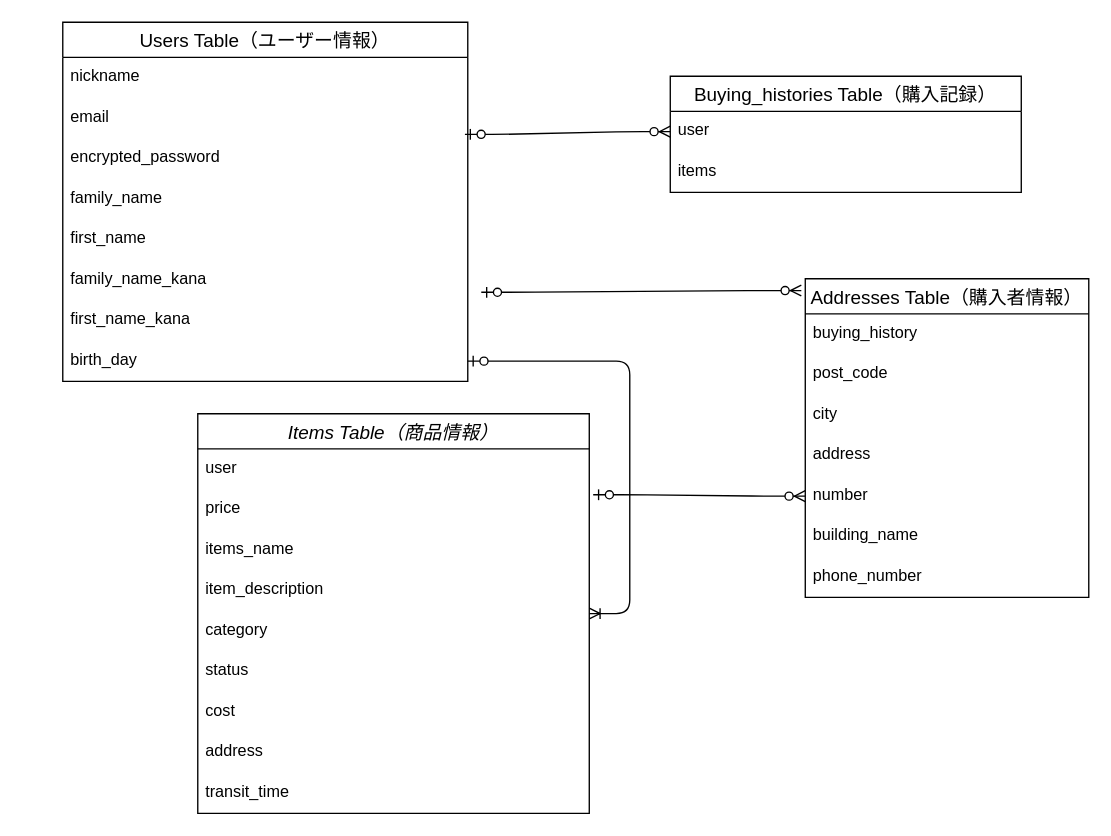
ran-hrsw/furima-40243 keeps this draw.io diagram as db.dio. Above is the earlier version. Source tidied: cells renumbered, new cells numbered last; positions are measured from the earlier drawing's top-left corner, leaving out a move shared by most shapes. Both pictures are drawn from the tidied source at 135%, with x=0, y=0 at pixel (62, 22).
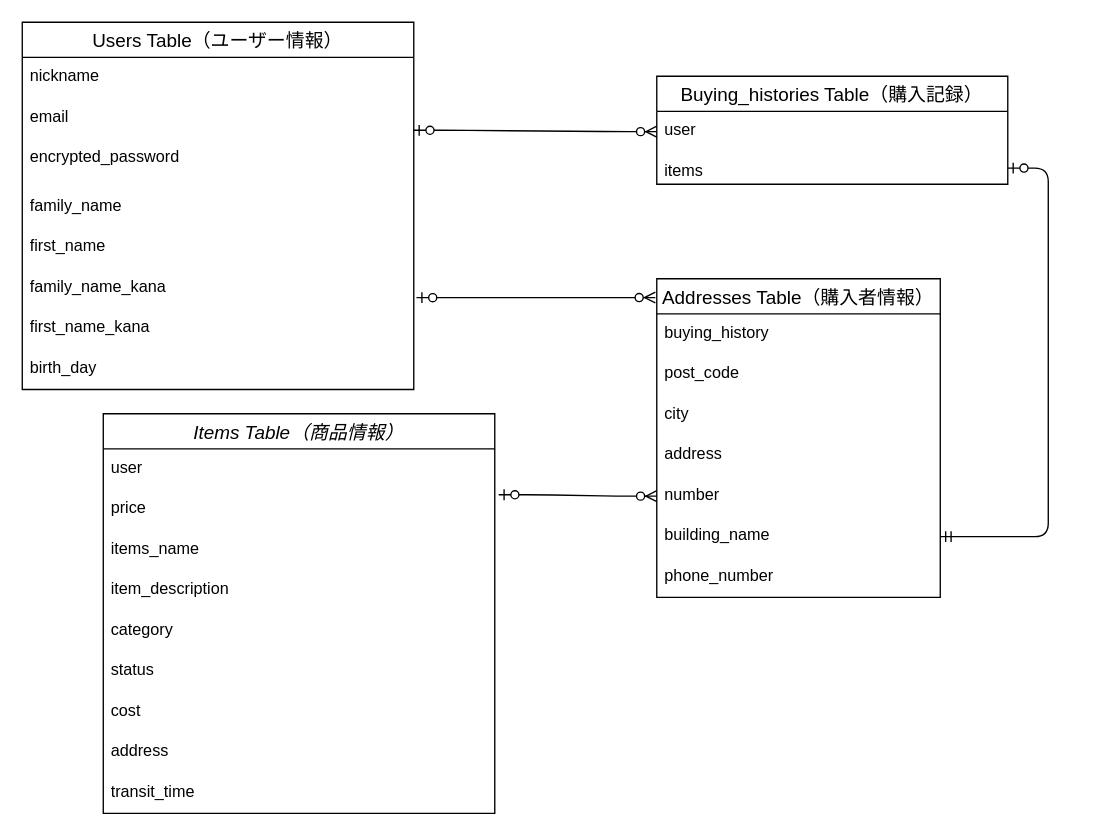
The same diagram, later.

The change refers to these unchanged cells:
```xml
<mxCell id="13" value="user" style="text;strokeColor=none;fillColor=none;spacingLeft=4;spacingRight=4;overflow=hidden;points=[[0,0.5],[1,0.5]];portConstraint=eastwest;fontSize=12;" parent="12" vertex="1">
  <mxGeometry y="26" width="260" height="30" as="geometry" />
</mxCell>
<mxCell id="21" value="building_name" style="text;strokeColor=none;fillColor=none;spacingLeft=4;spacingRight=4;overflow=hidden;points=[[0,0.5],[1,0.5]];portConstraint=eastwest;fontSize=12;" parent="15" vertex="1">
  <mxGeometry y="176" width="210" height="30" as="geometry" />
</mxCell>
```

Diff of the diagram source:
```diff
@@
     <mxCell id="2" value="Items Table（商品情報）" style="swimlane;fontStyle=2;horizontal=1;startSize=26;align=center;fontSize=14;" parent="1" vertex="1">
-      <mxGeometry x="100" y="290" width="290" height="296" as="geometry" />
+      <mxGeometry x="30" y="290" width="290" height="296" as="geometry" />
     </mxCell>
@@
     <mxCell id="12" value="Buying_histories Table（購入記録）" style="swimlane;fontStyle=0;horizontal=1;startSize=26;align=center;fontSize=14;" parent="1" vertex="1">
-      <mxGeometry x="450" y="40" width="260" height="86" as="geometry" />
+      <mxGeometry x="440" y="40" width="260" height="80" as="geometry" />
     </mxCell>
@@
     <mxCell id="14" value="items" style="text;strokeColor=none;fillColor=none;spacingLeft=4;spacingRight=4;overflow=hidden;points=[[0,0.5],[1,0.5]];portConstraint=eastwest;fontSize=12;" parent="12" vertex="1">
-      <mxGeometry y="56" width="260" height="30" as="geometry" />
+      <mxGeometry y="56" width="260" height="24" as="geometry" />
     </mxCell>
     <mxCell id="15" value="Addresses Table（購入者情報）" style="swimlane;fontStyle=0;horizontal=1;startSize=26;align=center;fontSize=14;" parent="1" vertex="1">
-      <mxGeometry x="550" y="190" width="210" height="236" as="geometry" />
+      <mxGeometry x="440" y="190" width="210" height="236" as="geometry" />
     </mxCell>
@@
     <mxCell id="23" value="Users Table（ユーザー情報）" style="swimlane;fontStyle=0;horizontal=1;startSize=26;align=center;fontSize=14;" parent="1" vertex="1">
-      <mxGeometry width="300" height="266" as="geometry" />
+      <mxGeometry x="-30" width="290" height="272" as="geometry" />
     </mxCell>
     <mxCell id="24" value="nickname" style="text;strokeColor=none;fillColor=none;spacingLeft=4;spacingRight=4;overflow=hidden;fontSize=12;" parent="23" vertex="1">
-      <mxGeometry y="26" width="300" height="30" as="geometry" />
+      <mxGeometry y="26" width="290" height="30" as="geometry" />
     </mxCell>
     <mxCell id="25" value="email" style="text;strokeColor=none;fillColor=none;spacingLeft=4;spacingRight=4;overflow=hidden;fontSize=12;" parent="23" vertex="1">
-      <mxGeometry y="56" width="300" height="30" as="geometry" />
+      <mxGeometry y="56" width="290" height="30" as="geometry" />
     </mxCell>
     <mxCell id="26" value="encrypted_password" style="text;strokeColor=none;fillColor=none;spacingLeft=4;spacingRight=4;overflow=hidden;points=[[0,0.5],[1,0.5]];portConstraint=eastwest;fontSize=12;" parent="23" vertex="1">
-      <mxGeometry y="86" width="300" height="30" as="geometry" />
+      <mxGeometry y="86" width="290" height="36" as="geometry" />
     </mxCell>
     <mxCell id="27" value="family_name" style="text;strokeColor=none;fillColor=none;spacingLeft=4;spacingRight=4;overflow=hidden;fontSize=12;" parent="23" vertex="1">
-      <mxGeometry y="116" width="300" height="30" as="geometry" />
+      <mxGeometry y="122" width="290" height="30" as="geometry" />
     </mxCell>
     <mxCell id="28" value="first_name" style="text;strokeColor=none;fillColor=none;spacingLeft=4;spacingRight=4;overflow=hidden;fontSize=12;" parent="23" vertex="1">
-      <mxGeometry y="146" width="300" height="30" as="geometry" />
+      <mxGeometry y="152" width="290" height="30" as="geometry" />
     </mxCell>
     <mxCell id="29" value="family_name_kana" style="text;strokeColor=none;fillColor=none;spacingLeft=4;spacingRight=4;overflow=hidden;points=[[0,0.5],[1,0.5]];portConstraint=eastwest;fontSize=12;" parent="23" vertex="1">
-      <mxGeometry y="176" width="300" height="30" as="geometry" />
+      <mxGeometry y="182" width="290" height="30" as="geometry" />
     </mxCell>
     <mxCell id="30" value="first_name_kana" style="text;strokeColor=none;fillColor=none;spacingLeft=4;spacingRight=4;overflow=hidden;fontSize=12;" parent="23" vertex="1">
-      <mxGeometry y="206" width="300" height="30" as="geometry" />
+      <mxGeometry y="212" width="290" height="30" as="geometry" />
     </mxCell>
     <mxCell id="31" value="birth_day" style="text;strokeColor=none;fillColor=none;spacingLeft=4;spacingRight=4;overflow=hidden;fontSize=12;" parent="23" vertex="1">
-      <mxGeometry y="236" width="300" height="30" as="geometry" />
+      <mxGeometry y="242" width="290" height="30" as="geometry" />
     </mxCell>
-    <mxCell id="32" style="edgeStyle=entityRelationEdgeStyle;fontSize=12;html=1;endArrow=ERzeroToMany;startArrow=ERzeroToOne;exitX=0.993;exitY=-0.1;exitDx=0;exitDy=0;exitPerimeter=0;entryX=0;entryY=0.5;entryDx=0;entryDy=0;" parent="1" edge="1" source="26" target="13">
-      <mxGeometry relative="1" as="geometry" />
+    <mxCell id="32" style="edgeStyle=entityRelationEdgeStyle;fontSize=12;html=1;endArrow=ERzeroToMany;startArrow=ERzeroToOne;entryX=0;entryY=0.5;entryDx=0;entryDy=0;" parent="1" edge="1" target="13">
+      <mxGeometry relative="1" as="geometry">
+        <mxPoint x="260" y="80" as="sourcePoint" />
+      </mxGeometry>
     </mxCell>
-    <mxCell id="33" style="edgeStyle=entityRelationEdgeStyle;fontSize=12;html=1;endArrow=ERzeroToMany;startArrow=ERzeroToOne;entryX=-0.014;entryY=0.037;entryDx=0;entryDy=0;entryPerimeter=0;" parent="1" edge="1" target="15">
-      <mxGeometry relative="1" as="geometry">
-        <mxPoint x="310" y="200" as="sourcePoint" />
-      </mxGeometry>
+    <mxCell id="33" style="edgeStyle=entityRelationEdgeStyle;fontSize=12;html=1;endArrow=ERzeroToMany;startArrow=ERzeroToOne;exitX=1.007;exitY=0.733;exitDx=0;exitDy=0;exitPerimeter=0;entryX=-0.005;entryY=0.059;entryDx=0;entryDy=0;entryPerimeter=0;" parent="1" edge="1" source="29" target="15">
+      <mxGeometry relative="1" as="geometry" />
     </mxCell>
@@
-    <mxCell id="35" style="edgeStyle=entityRelationEdgeStyle;fontSize=12;html=1;endArrow=ERoneToMany;startArrow=ERzeroToOne;exitX=1;exitY=0.5;exitDx=0;exitDy=0;" parent="1" edge="1" target="2">
-      <mxGeometry relative="1" as="geometry">
-        <mxPoint x="300" y="251" as="sourcePoint" />
-      </mxGeometry>
-    </mxCell>
+    <mxCell id="36" style="edgeStyle=entityRelationEdgeStyle;fontSize=12;html=1;endArrow=ERzeroToOne;startArrow=ERmandOne;" parent="1" edge="1" source="21" target="14">
+      <mxGeometry relative="1" as="geometry" />
+    </mxCell>
```
